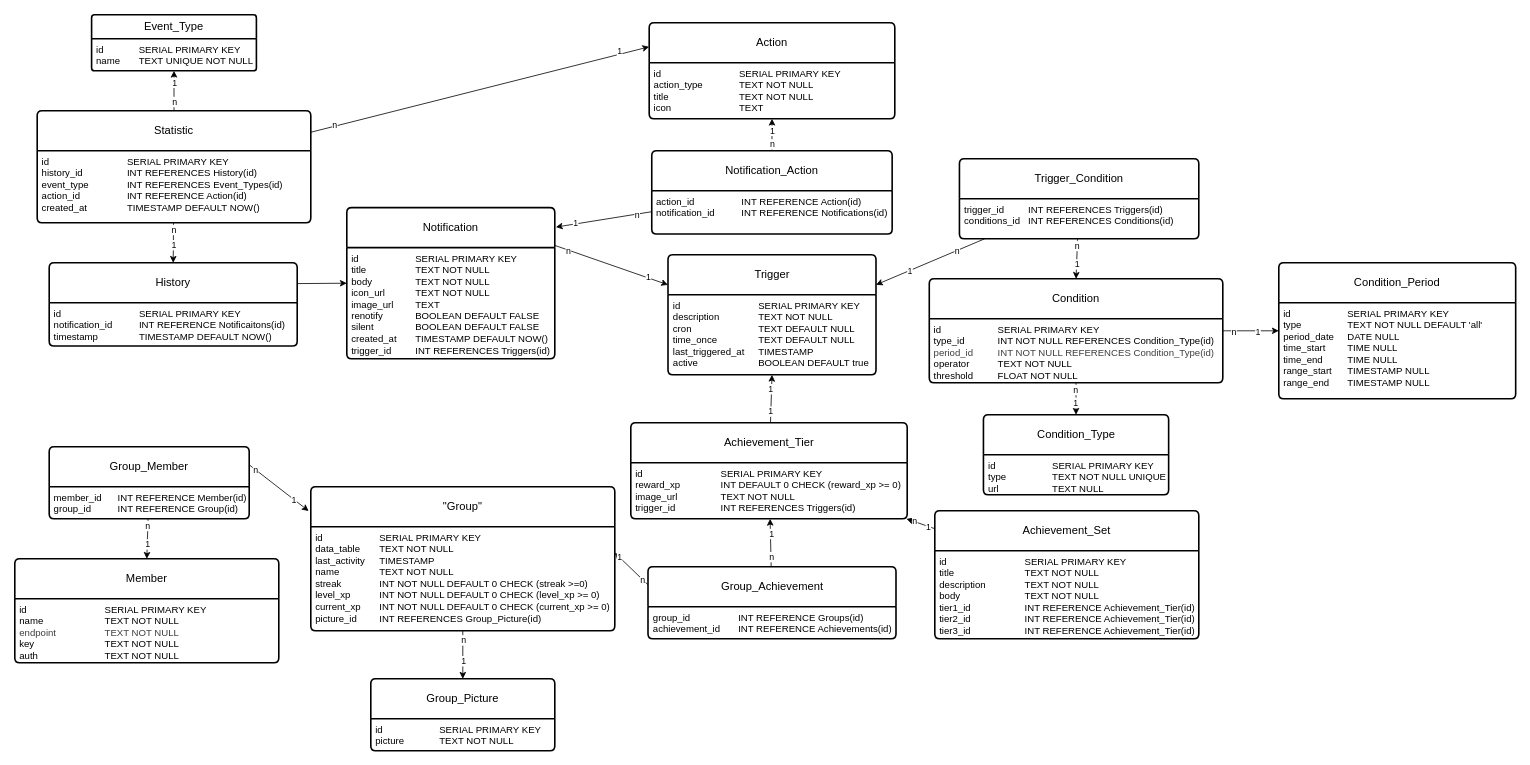
olHannes/WebPush-Docs keeps this draw.io diagram as Database/docs/database_construction.drawio. Above is the earlier version. Source tidied: cells renumbered, new cells numbered last; positions are measured from the earlier drawing's top-left corner, leaving out a move shared by most shapes. Both pictures are drawn from the tidied source at 80%, with x=0, y=0 at pixel (14, 14).
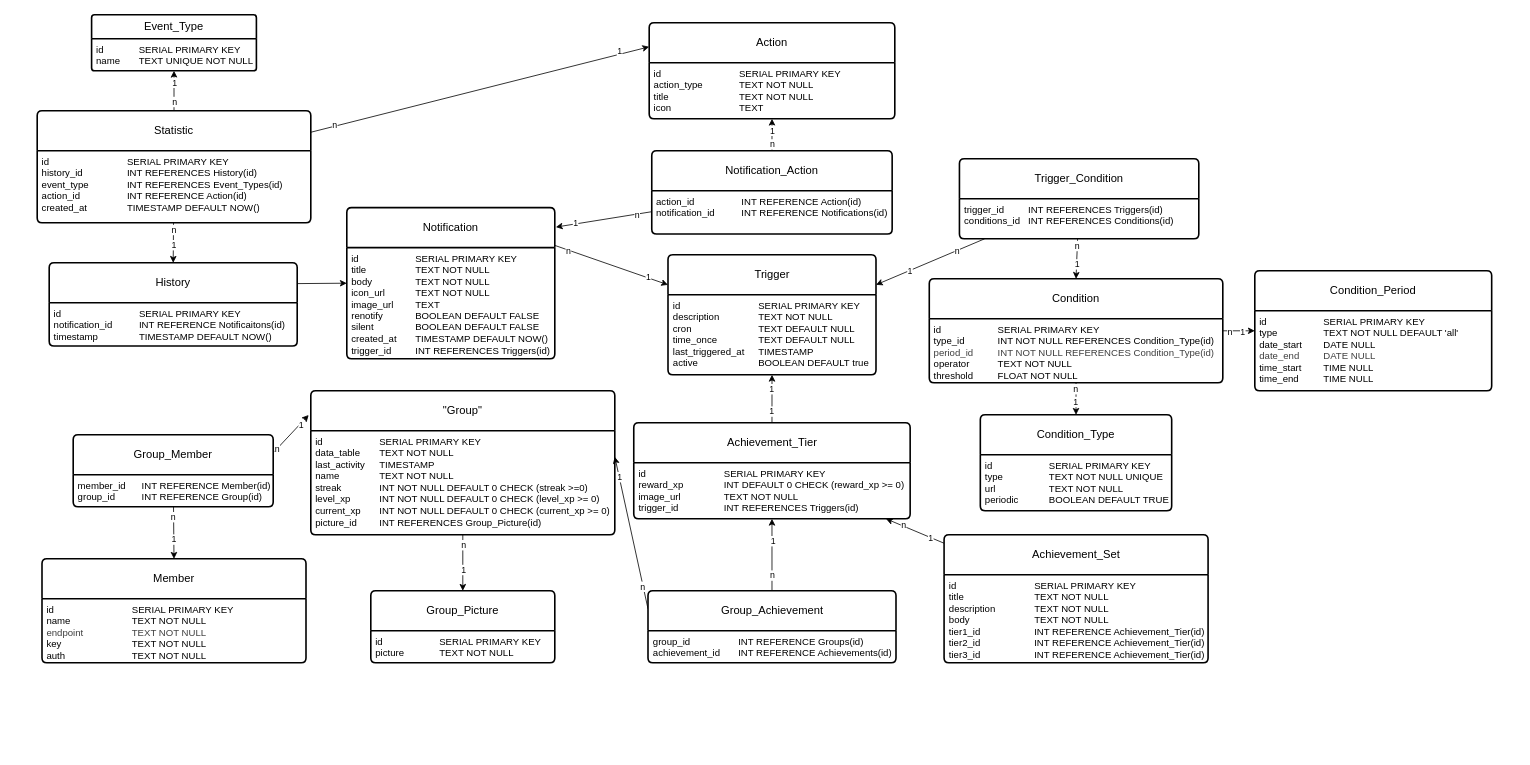
After the change.

Commit message:
adjust db diagram

The edit, as a diff of the source:
```diff
@@
     <mxCell id="22" value="&quot;Group&quot;" style="swimlane;horizontal=1;startSize=50;rounded=1;fontSize=14;fontStyle=0;strokeWidth=2;shadow=0;dashed=0;align=center;arcSize=4;whiteSpace=wrap;html=1;" parent="1" vertex="1">
-      <mxGeometry x="370" y="590" width="380" height="180" as="geometry" />
+      <mxGeometry x="370" y="470" width="380" height="180" as="geometry" />
     </mxCell>
@@
     <mxCell id="27" value="Achievement_Tier" style="swimlane;horizontal=1;startSize=50;rounded=1;fontSize=14;fontStyle=0;strokeWidth=2;shadow=0;dashed=0;align=center;arcSize=4;whiteSpace=wrap;html=1;" parent="1" vertex="1">
-      <mxGeometry x="770" y="510" width="345.5" height="120" as="geometry" />
+      <mxGeometry x="773.7" y="510" width="345.5" height="120" as="geometry" />
     </mxCell>
@@
     <mxCell id="35" value="Group_Achievement" style="swimlane;horizontal=1;startSize=50;rounded=1;fontSize=14;fontStyle=0;strokeWidth=2;shadow=0;dashed=0;align=center;arcSize=4;whiteSpace=wrap;html=1;" parent="1" vertex="1">
-      <mxGeometry x="791.5" y="690" width="310" height="90" as="geometry" />
+      <mxGeometry x="791.5" y="720" width="310" height="90" as="geometry" />
     </mxCell>
@@
     <mxCell id="37" value="Member" style="swimlane;horizontal=1;startSize=50;rounded=1;fontSize=14;fontStyle=0;strokeWidth=2;shadow=0;dashed=0;align=center;arcSize=4;whiteSpace=wrap;html=1;" parent="1" vertex="1">
-      <mxGeometry y="680" width="330" height="130" as="geometry" />
+      <mxGeometry x="34" y="680" width="330" height="130" as="geometry" />
     </mxCell>
@@
     <mxCell id="45" value="Group_Member" style="swimlane;horizontal=1;startSize=50;rounded=1;fontSize=14;fontStyle=0;strokeWidth=2;shadow=0;dashed=0;align=center;arcSize=4;whiteSpace=wrap;html=1;" parent="1" vertex="1">
-      <mxGeometry x="43" y="540" width="250" height="90" as="geometry" />
+      <mxGeometry x="73" y="525" width="250" height="90" as="geometry" />
     </mxCell>
@@
     <mxCell id="70" value="Group_Picture" style="swimlane;horizontal=1;startSize=50;rounded=1;fontSize=14;fontStyle=0;strokeWidth=2;shadow=0;dashed=0;align=center;arcSize=4;whiteSpace=wrap;html=1;" parent="1" vertex="1">
-      <mxGeometry x="445" y="830" width="230" height="90" as="geometry" />
+      <mxGeometry x="445" y="720" width="230" height="90" as="geometry" />
     </mxCell>
@@
     <mxCell id="75" value="Condition_Type" style="swimlane;horizontal=1;startSize=50;rounded=1;fontSize=14;fontStyle=0;strokeWidth=2;shadow=0;dashed=0;align=center;arcSize=4;whiteSpace=wrap;html=1;" parent="1" vertex="1">
-      <mxGeometry x="1210.8" y="500" width="231.5" height="100" as="geometry" />
+      <mxGeometry x="1206.9" y="500" width="239.2" height="120" as="geometry" />
     </mxCell>
-    <mxCell id="76" value="&lt;div&gt;&lt;div&gt;&lt;div&gt;id&lt;span style=&quot;white-space: pre;&quot;&gt;&#9;&lt;/span&gt;&lt;span style=&quot;white-space: pre;&quot;&gt;&#9;&lt;/span&gt;&lt;span style=&quot;white-space: pre;&quot;&gt;&#9;&lt;/span&gt;SERIAL PRIMARY KEY&lt;/div&gt;&lt;/div&gt;&lt;/div&gt;&lt;div&gt;type&lt;span style=&quot;white-space: pre;&quot;&gt;&#9;&lt;/span&gt;&lt;span style=&quot;white-space: pre;&quot;&gt;&#9;&lt;span style=&quot;white-space: pre;&quot;&gt;&#9;&lt;/span&gt;TEXT NOT NULL UNIQUE&lt;/span&gt;&lt;/div&gt;&lt;div&gt;url&lt;span style=&quot;white-space: pre;&quot;&gt;&#9;&lt;/span&gt;&lt;span style=&quot;white-space: pre;&quot;&gt;&#9;&lt;/span&gt;&lt;span style=&quot;white-space: pre;&quot;&gt;&#9;&lt;/span&gt;TEXT NULL&lt;/div&gt;" style="align=left;strokeColor=none;fillColor=none;spacingLeft=4;fontSize=12;verticalAlign=top;html=1;" parent="75" vertex="1">
-      <mxGeometry y="50" width="231.5" height="50" as="geometry" />
+    <mxCell id="76" value="&lt;div&gt;&lt;div&gt;&lt;div&gt;id&lt;span style=&quot;white-space: pre;&quot;&gt;&#9;&lt;/span&gt;&lt;span style=&quot;white-space: pre;&quot;&gt;&#9;&lt;/span&gt;&lt;span style=&quot;white-space: pre;&quot;&gt;&#9;&lt;/span&gt;SERIAL PRIMARY KEY&lt;/div&gt;&lt;/div&gt;&lt;/div&gt;&lt;div&gt;type&lt;span style=&quot;white-space: pre;&quot;&gt;&#9;&lt;/span&gt;&lt;span style=&quot;white-space: pre;&quot;&gt;&#9;&lt;span style=&quot;white-space: pre;&quot;&gt;&#9;&lt;/span&gt;TEXT NOT NULL UNIQUE&lt;/span&gt;&lt;/div&gt;&lt;div&gt;url&lt;span style=&quot;white-space: pre;&quot;&gt;&#9;&lt;/span&gt;&lt;span style=&quot;white-space: pre;&quot;&gt;&#9;&lt;/span&gt;&lt;span style=&quot;white-space: pre;&quot;&gt;&#9;&lt;/span&gt;TEXT NOT NULL&lt;/div&gt;&lt;div&gt;periodic&lt;span style=&quot;white-space: pre;&quot;&gt;&#9;&lt;/span&gt;&lt;span style=&quot;white-space: pre;&quot;&gt;&#9;&lt;/span&gt;BOOLEAN DEFAULT TRUE&lt;/div&gt;" style="align=left;strokeColor=none;fillColor=none;spacingLeft=4;fontSize=12;verticalAlign=top;html=1;" parent="75" vertex="1">
+      <mxGeometry y="50" width="239.2" height="70" as="geometry" />
     </mxCell>
@@
     <mxCell id="83" value="Achievement_Set" style="swimlane;horizontal=1;startSize=50;rounded=1;fontSize=14;fontStyle=0;strokeWidth=2;shadow=0;dashed=0;align=center;arcSize=4;whiteSpace=wrap;html=1;" parent="1" vertex="1">
-      <mxGeometry x="1150" y="620" width="330" height="160" as="geometry" />
+      <mxGeometry x="1161.6" y="650" width="330" height="160" as="geometry" />
     </mxCell>
@@
     <mxCell id="85" value="Condition_Period" style="swimlane;horizontal=1;startSize=50;rounded=1;fontSize=14;fontStyle=0;strokeWidth=2;shadow=0;dashed=0;align=center;arcSize=4;whiteSpace=wrap;html=1;" parent="1" vertex="1">
-      <mxGeometry x="1580" y="310" width="296.1" height="170" as="geometry" />
+      <mxGeometry x="1550" y="320" width="296.1" height="150" as="geometry" />
     </mxCell>
-    <mxCell id="86" value="&lt;div&gt;&lt;div&gt;&lt;div&gt;id&lt;span style=&quot;white-space: pre;&quot;&gt;&#9;&lt;/span&gt;&lt;span style=&quot;white-space: pre;&quot;&gt;&#9;&lt;/span&gt;&lt;span style=&quot;white-space: pre;&quot;&gt;&#9;&lt;/span&gt;SERIAL PRIMARY KEY&lt;/div&gt;&lt;/div&gt;&lt;/div&gt;&lt;div&gt;type&lt;span style=&quot;white-space: pre;&quot;&gt;&#9;&lt;/span&gt;&lt;span style=&quot;white-space: pre;&quot;&gt;&#9;&lt;span style=&quot;white-space: pre;&quot;&gt;&#9;&lt;/span&gt;TEXT NOT NULL DEFAULT 'all'&lt;/span&gt;&lt;/div&gt;&lt;div&gt;period_date &lt;span style=&quot;white-space: pre;&quot;&gt;&#9;&lt;/span&gt;DATE NULL&lt;/div&gt;&lt;div&gt;time_start&lt;span style=&quot;white-space: pre;&quot;&gt;&#9;&lt;/span&gt;TIME NULL&lt;/div&gt;&lt;div&gt;time_end&lt;span style=&quot;white-space: pre;&quot;&gt;&#9;&lt;/span&gt;&lt;span style=&quot;white-space: pre;&quot;&gt;&#9;&lt;/span&gt;TIME NULL&lt;/div&gt;&lt;div&gt;range_start&lt;span style=&quot;white-space: pre;&quot;&gt;&#9;&lt;/span&gt;TIMESTAMP NULL&lt;/div&gt;&lt;div&gt;range_end&lt;span style=&quot;white-space: pre;&quot;&gt;&#9;&lt;/span&gt;TIMESTAMP NULL&lt;/div&gt;" style="align=left;strokeColor=none;fillColor=none;spacingLeft=4;fontSize=12;verticalAlign=top;html=1;" parent="85" vertex="1">
-      <mxGeometry y="50" width="296.1" height="120" as="geometry" />
+    <mxCell id="86" value="&lt;div&gt;&lt;div&gt;&lt;div&gt;id&lt;span style=&quot;white-space: pre;&quot;&gt;&#9;&lt;/span&gt;&lt;span style=&quot;white-space: pre;&quot;&gt;&#9;&lt;/span&gt;&lt;span style=&quot;white-space: pre;&quot;&gt;&#9;&lt;/span&gt;SERIAL PRIMARY KEY&lt;/div&gt;&lt;/div&gt;&lt;/div&gt;&lt;div&gt;type&lt;span style=&quot;white-space: pre;&quot;&gt;&#9;&lt;/span&gt;&lt;span style=&quot;white-space: pre;&quot;&gt;&#9;&lt;span style=&quot;white-space: pre;&quot;&gt;&#9;&lt;/span&gt;TEXT NOT NULL DEFAULT 'all'&lt;/span&gt;&lt;/div&gt;&lt;div&gt;date_start&amp;nbsp;&lt;span style=&quot;white-space: pre;&quot;&gt;&#9;&lt;/span&gt;DATE NULL&lt;/div&gt;&lt;div&gt;&lt;span style=&quot;color: rgb(63, 63, 63);&quot;&gt;date_end&amp;nbsp;&lt;/span&gt;&lt;span style=&quot;color: rgb(63, 63, 63); scrollbar-color: rgb(226, 226, 226) rgb(251, 251, 251); white-space-collapse: preserve;&quot;&gt;&#9;&lt;/span&gt;&lt;span style=&quot;color: rgb(63, 63, 63);&quot;&gt;DATE NULL&lt;/span&gt;&lt;/div&gt;&lt;div&gt;time_start&lt;span style=&quot;white-space: pre;&quot;&gt;&#9;&lt;/span&gt;TIME NULL&lt;/div&gt;&lt;div&gt;time_end&lt;span style=&quot;white-space: pre;&quot;&gt;&#9;&lt;/span&gt;&lt;span style=&quot;white-space: pre;&quot;&gt;&#9;&lt;/span&gt;TIME NULL&lt;/div&gt;" style="align=left;strokeColor=none;fillColor=none;spacingLeft=4;fontSize=12;verticalAlign=top;html=1;" parent="85" vertex="1">
+      <mxGeometry y="50" width="296.1" height="100" as="geometry" />
     </mxCell>
```
